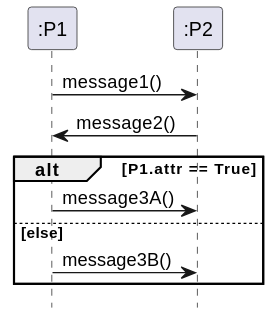
gigl-uml/Guide_uml_polymtl keeps this PlantUML diagram as out/plant_uml/altOperatorExample/altOperatorExample.svg. Above is the earlier version.
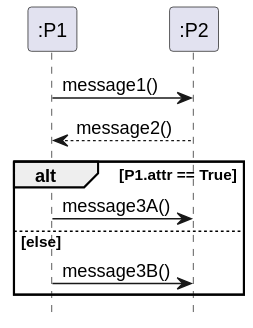
The same diagram one commit later.

The edit, as a diff of the source:
```diff
@@ -6,7 +6,7 @@
 participant ":P2" as P2
 
 P1 -> P2 : message1()
-P1 <- P2 : message2()
+P1 <-- P2 : message2()
 
 
 alt P1.attr == True
@@ -14,5 +14,4 @@
 else else
   P1 -> P2 : message3B()
 end alt
-
 @enduml
```
